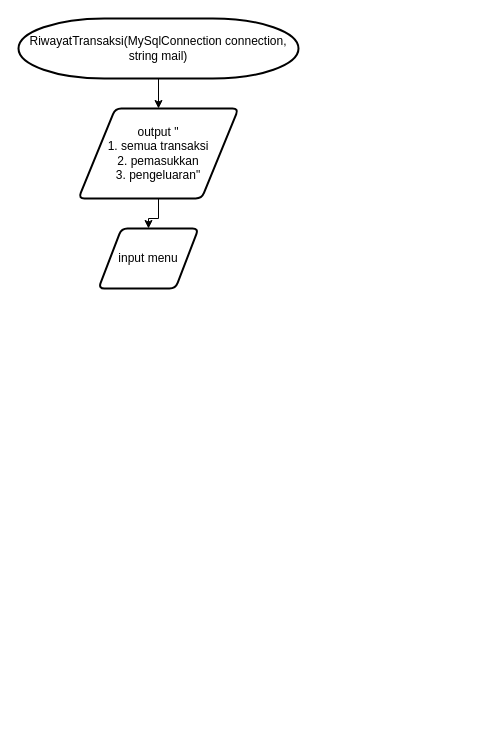
The draw.io diagram page "RiwayatTransaksi" (4 of 20) of Untitled Diagram.drawio in AdliXSec/FlowchartTubes, before the edit. Source tidied: cells renumbered, new cells numbered last; positions are measured from the earlier drawing's top-left corner, leaving out a move shared by most shapes. Both pictures are drawn from the tidied source at 100%, with x=0, y=0 at pixel (18, 18).
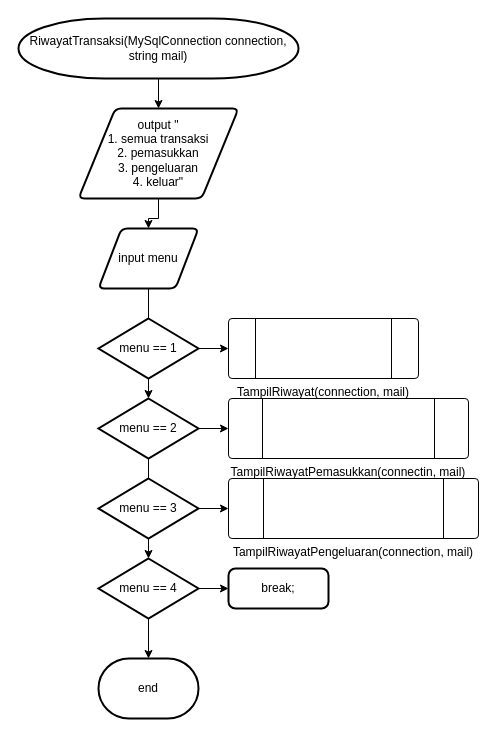
The same page after the edit.

The change refers to these unchanged cells:
```xml
<mxCell id="6" value="input menu" style="shape=parallelogram;html=1;strokeWidth=2;perimeter=parallelogramPerimeter;whiteSpace=wrap;rounded=1;arcSize=12;size=0.23;" parent="1" vertex="1">
  <mxGeometry x="80" y="210" width="100" height="60" as="geometry" />
</mxCell>
```

Diff of the diagram source:
```diff
@@
-    <mxCell id="5" value="output &quot;&lt;div&gt;1. semua transaksi&lt;/div&gt;&lt;div&gt;2. pemasukkan&lt;/div&gt;&lt;div&gt;3. pengeluaran&quot;&lt;/div&gt;" style="shape=parallelogram;html=1;strokeWidth=2;perimeter=parallelogramPerimeter;whiteSpace=wrap;rounded=1;arcSize=12;size=0.23;" parent="1" vertex="1">
+    <mxCell id="5" value="output &quot;&lt;div&gt;1. semua transaksi&lt;/div&gt;&lt;div&gt;2. pemasukkan&lt;/div&gt;&lt;div&gt;3. pengeluaran&lt;/div&gt;&lt;div&gt;4. keluar&quot;&lt;/div&gt;" style="shape=parallelogram;html=1;strokeWidth=2;perimeter=parallelogramPerimeter;whiteSpace=wrap;rounded=1;arcSize=12;size=0.23;" parent="1" vertex="1">
       <mxGeometry x="60" y="90" width="160" height="90" as="geometry" />
     </mxCell>
+    <mxCell id="7" style="edgeStyle=orthogonalEdgeStyle;rounded=0;jettySize=auto;html=1;" parent="1" edge="1" source="6" target="12">
+      <mxGeometry relative="1" as="geometry" />
+    </mxCell>
@@
+    <mxCell id="8" style="edgeStyle=orthogonalEdgeStyle;rounded=0;jettySize=auto;html=1;" parent="1" edge="1" source="9" target="21">
+      <mxGeometry relative="1" as="geometry" />
+    </mxCell>
+    <mxCell id="9" value="menu == 1" style="strokeWidth=2;html=1;shape=mxgraph.flowchart.decision;whiteSpace=wrap;" parent="1" vertex="1">
+      <mxGeometry x="80" y="300" width="100" height="60" as="geometry" />
+    </mxCell>
+    <mxCell id="10" style="edgeStyle=orthogonalEdgeStyle;rounded=0;jettySize=auto;html=1;" parent="1" edge="1" source="12" target="17">
+      <mxGeometry relative="1" as="geometry" />
+    </mxCell>
+    <mxCell id="11" style="edgeStyle=orthogonalEdgeStyle;rounded=0;jettySize=auto;html=1;" parent="1" edge="1" source="12" target="20">
+      <mxGeometry relative="1" as="geometry" />
+    </mxCell>
+    <mxCell id="12" value="menu == 2" style="strokeWidth=2;html=1;shape=mxgraph.flowchart.decision;whiteSpace=wrap;" parent="1" vertex="1">
+      <mxGeometry x="80" y="380" width="100" height="60" as="geometry" />
+    </mxCell>
+    <mxCell id="13" style="edgeStyle=orthogonalEdgeStyle;rounded=0;jettySize=auto;html=1;" parent="1" edge="1" source="14" target="19">
+      <mxGeometry relative="1" as="geometry" />
+    </mxCell>
+    <mxCell id="14" value="menu == 3" style="strokeWidth=2;html=1;shape=mxgraph.flowchart.decision;whiteSpace=wrap;" parent="1" vertex="1">
+      <mxGeometry x="80" y="460" width="100" height="60" as="geometry" />
+    </mxCell>
+    <mxCell id="15" style="edgeStyle=orthogonalEdgeStyle;rounded=0;jettySize=auto;html=1;" parent="1" edge="1" source="17" target="18">
+      <mxGeometry relative="1" as="geometry" />
+    </mxCell>
+    <mxCell id="16" style="edgeStyle=orthogonalEdgeStyle;rounded=0;jettySize=auto;html=1;" parent="1" edge="1" source="17" target="22">
+      <mxGeometry relative="1" as="geometry" />
+    </mxCell>
+    <mxCell id="17" value="menu == 4" style="strokeWidth=2;html=1;shape=mxgraph.flowchart.decision;whiteSpace=wrap;" parent="1" vertex="1">
+      <mxGeometry x="80" y="540" width="100" height="60" as="geometry" />
+    </mxCell>
+    <mxCell id="18" value="break;" style="rounded=1;whiteSpace=wrap;html=1;absoluteArcSize=1;arcSize=14;strokeWidth=2;" parent="1" vertex="1">
+      <mxGeometry x="210" y="550" width="100" height="40" as="geometry" />
+    </mxCell>
+    <mxCell id="19" value="TampilRiwayatPengeluaran(connection, mail)" style="verticalLabelPosition=bottom;verticalAlign=top;html=1;shape=process;whiteSpace=wrap;rounded=1;size=0.14;arcSize=6;" parent="1" vertex="1">
+      <mxGeometry x="210" y="460" width="250" height="60" as="geometry" />
+    </mxCell>
+    <mxCell id="20" value="TampilRiwayatPemasukkan(connectin, mail)" style="verticalLabelPosition=bottom;verticalAlign=top;html=1;shape=process;whiteSpace=wrap;rounded=1;size=0.14;arcSize=6;" parent="1" vertex="1">
+      <mxGeometry x="210" y="380" width="240" height="60" as="geometry" />
+    </mxCell>
+    <mxCell id="21" value="TampilRiwayat(connection, mail)" style="verticalLabelPosition=bottom;verticalAlign=top;html=1;shape=process;whiteSpace=wrap;rounded=1;size=0.14;arcSize=6;" parent="1" vertex="1">
+      <mxGeometry x="210" y="300" width="190" height="60" as="geometry" />
+    </mxCell>
+    <mxCell id="22" value="end" style="strokeWidth=2;html=1;shape=mxgraph.flowchart.terminator;whiteSpace=wrap;" parent="1" vertex="1">
+      <mxGeometry x="80" y="640" width="100" height="60" as="geometry" />
+    </mxCell>
```
